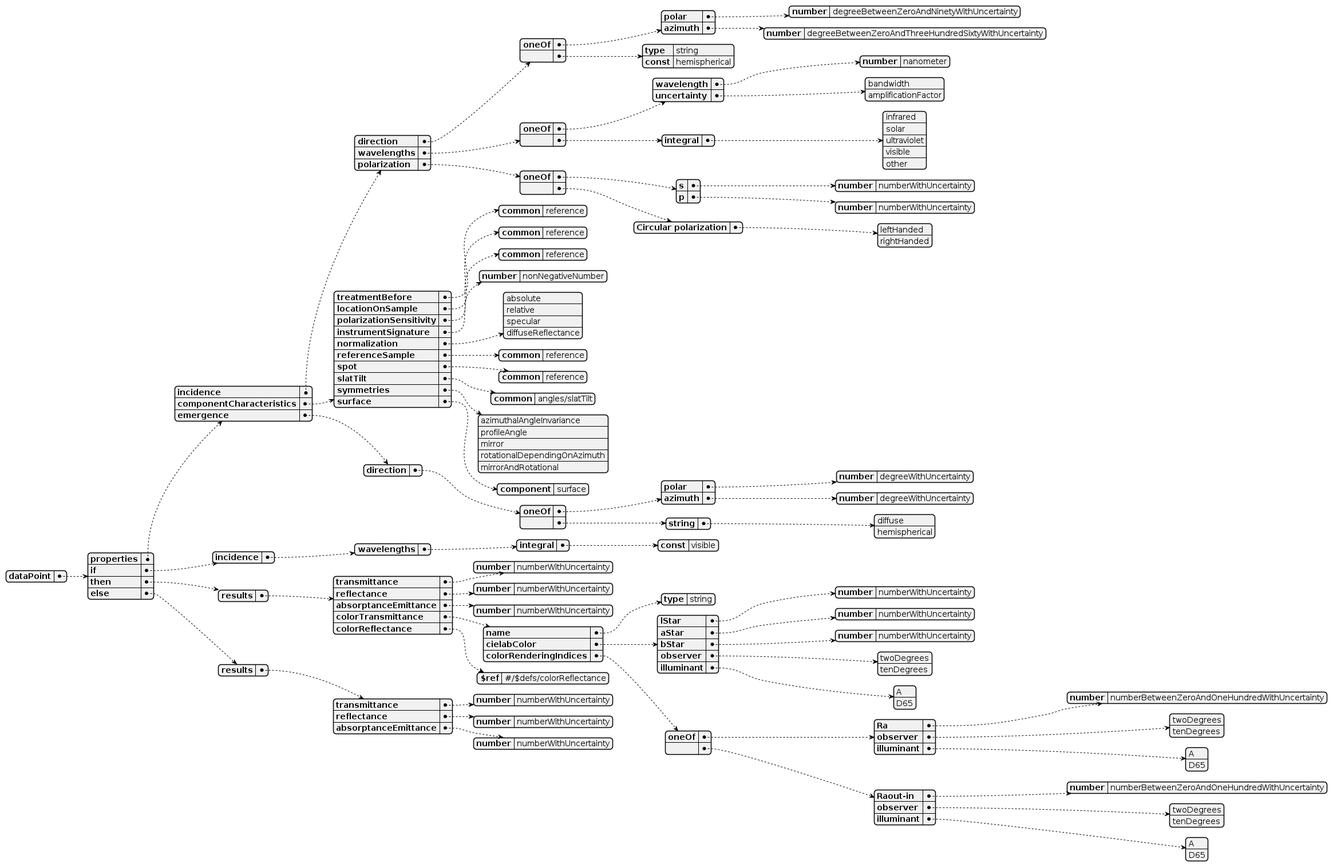
Earlier version of the PlantUML export docs/diagrams/out/opticalData/opticalDataPointSchema/opticalDataPointSchema.png (building-envelope-data/api).
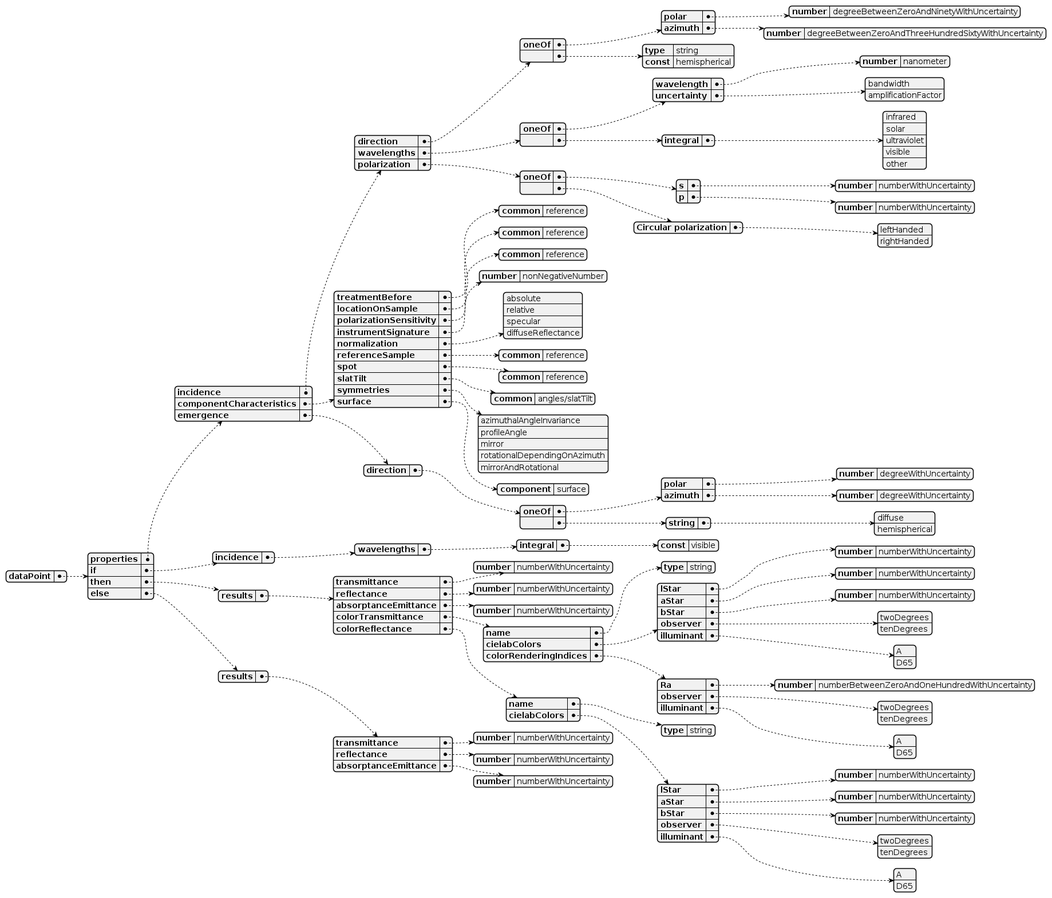
Above is the later version.

Commit message:
Simplify to 7 columns by neglecting Raout-in.

Change to the diagram source:
```diff
@@ -137,52 +137,56 @@
               }
         },
     "then": {
-          "results": {
-            "transmittance": {
-              "number": "numberWithUncertainty"
+      "results": {
+        "transmittance": {
+          "number": "numberWithUncertainty"
+        }
+        ,
+        "reflectance": {
+          "number": "numberWithUncertainty"
+        }
+        ,
+        "absorptanceEmittance": {
+          "number": "numberWithUncertainty"
+        },
+        "colorTransmittance": {
+          "name": {          "type": "string"        },
+          "cielabColors": {
+              "lStar": {
+                "number": "numberWithUncertainty"
+              },
+              "aStar": {
+                "number": "numberWithUncertainty"
+              },
+              "bStar": {
+                "number": "numberWithUncertainty"
+              },
+              "observer":  ["twoDegrees", "tenDegrees"],
+              "illuminant":  ["A", "D65"]
+            },
+          "colorRenderingIndices": {
+              "Ra": { "number": "numberBetweenZeroAndOneHundredWithUncertainty"},
+              "observer":  ["twoDegrees", "tenDegrees"],
+              "illuminant":  ["A", "D65"]
             }
-            ,
-            "reflectance": {
-              "number": "numberWithUncertainty"
+        },
+        "colorReflectance": {
+            "name": {"type": "string"   },
+            "cielabColors": {
+                "lStar": {
+                  "number": "numberWithUncertainty"
+                },
+                "aStar": {
+                  "number": "numberWithUncertainty"
+                },
+                "bStar": {
+                  "number": "numberWithUncertainty"
+                },
+                "observer":  ["twoDegrees", "tenDegrees"],
+                "illuminant":  ["A", "D65"]
             }
-            ,
-            "absorptanceEmittance": {
-              "number": "numberWithUncertainty"
-            },
-            "colorTransmittance": {
-              "name": {          "type": "string"        },
-              "cielabColor": {
-                  "lStar": {
-                    "number": "numberWithUncertainty"
-                  },
-                  "aStar": {
-                    "number": "numberWithUncertainty"
-                  },
-                  "bStar": {
-                    "number": "numberWithUncertainty"
-                  },
-                  "observer":  ["twoDegrees", "tenDegrees"],
-                  "illuminant":  ["A", "D65"]
-                },
-              "colorRenderingIndices": {
-                "oneOf":
-                  {
-                  "Ra": { "number": "numberBetweenZeroAndOneHundredWithUncertainty"},
-                  "observer":  ["twoDegrees", "tenDegrees"],
-                  "illuminant":  ["A", "D65"]
-                  },
-                "":
-                  {
-                  "Raout-in": {     "number": "numberBetweenZeroAndOneHundredWithUncertainty"},
-                  "observer":  ["twoDegrees", "tenDegrees"],
-                  "illuminant":  ["A", "D65"]
-                  }
-                }
-            },
-            "colorReflectance": {
-              "$ref": "#/$defs/colorReflectance"
-            }
-          }
+        }
+      }
     },
     "else": {
       "results": {
```
